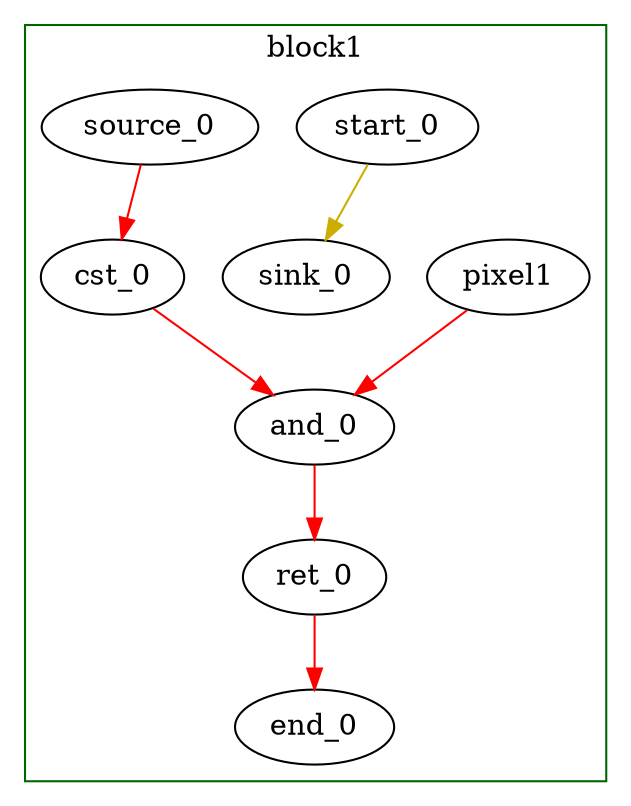
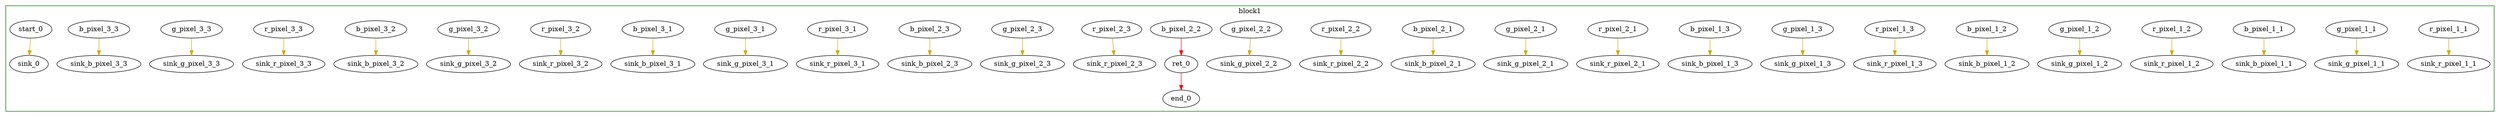
Digraph G {
	splines=spline;
//DHLS version: 0.1.1" [shape = "none" pos = "20,20!"]
- 		"pixel1" [type = "Entry", bbID= 1, in = "in1:32", out = "out1:32"];
- 		"cst_0" [type = "Constant", bbID= 1, in = "in1:32", out = "out1:32", value = "0x000000FF", delay="0.000 0.000 0.000 100.000 100.000 100.000 100.000 100.000"];
- 		"and_0" [type = "Operator", bbID= 1, op = "and_op", in = "in1:32 in2:32 ", out = "out1:32 ", delay="1.397 1.397 1.400 1.409 100.000 100.000 100.000 100.000", latency=0, II=1];
+ 		"r_pixel_1_1" [type = "Entry", bbID= 1, in = "in1:32", out = "out1:32"];
+ 		"g_pixel_1_1" [type = "Entry", bbID= 1, in = "in1:32", out = "out1:32"];
+ 		"b_pixel_1_1" [type = "Entry", bbID= 1, in = "in1:32", out = "out1:32"];
+ 		"r_pixel_1_2" [type = "Entry", bbID= 1, in = "in1:32", out = "out1:32"];
+ 		"g_pixel_1_2" [type = "Entry", bbID= 1, in = "in1:32", out = "out1:32"];
+ 		"b_pixel_1_2" [type = "Entry", bbID= 1, in = "in1:32", out = "out1:32"];
+ 		"r_pixel_1_3" [type = "Entry", bbID= 1, in = "in1:32", out = "out1:32"];
+ 		"g_pixel_1_3" [type = "Entry", bbID= 1, in = "in1:32", out = "out1:32"];
+ 		"b_pixel_1_3" [type = "Entry", bbID= 1, in = "in1:32", out = "out1:32"];
+ 		"r_pixel_2_1" [type = "Entry", bbID= 1, in = "in1:32", out = "out1:32"];
+ 		"g_pixel_2_1" [type = "Entry", bbID= 1, in = "in1:32", out = "out1:32"];
+ 		"b_pixel_2_1" [type = "Entry", bbID= 1, in = "in1:32", out = "out1:32"];
+ 		"r_pixel_2_2" [type = "Entry", bbID= 1, in = "in1:32", out = "out1:32"];
+ 		"g_pixel_2_2" [type = "Entry", bbID= 1, in = "in1:32", out = "out1:32"];
+ 		"b_pixel_2_2" [type = "Entry", bbID= 1, in = "in1:32", out = "out1:32"];
+ 		"r_pixel_2_3" [type = "Entry", bbID= 1, in = "in1:32", out = "out1:32"];
+ 		"g_pixel_2_3" [type = "Entry", bbID= 1, in = "in1:32", out = "out1:32"];
+ 		"b_pixel_2_3" [type = "Entry", bbID= 1, in = "in1:32", out = "out1:32"];
+ 		"r_pixel_3_1" [type = "Entry", bbID= 1, in = "in1:32", out = "out1:32"];
+ 		"g_pixel_3_1" [type = "Entry", bbID= 1, in = "in1:32", out = "out1:32"];
+ 		"b_pixel_3_1" [type = "Entry", bbID= 1, in = "in1:32", out = "out1:32"];
+ 		"r_pixel_3_2" [type = "Entry", bbID= 1, in = "in1:32", out = "out1:32"];
+ 		"g_pixel_3_2" [type = "Entry", bbID= 1, in = "in1:32", out = "out1:32"];
+ 		"b_pixel_3_2" [type = "Entry", bbID= 1, in = "in1:32", out = "out1:32"];
+ 		"r_pixel_3_3" [type = "Entry", bbID= 1, in = "in1:32", out = "out1:32"];
+ 		"g_pixel_3_3" [type = "Entry", bbID= 1, in = "in1:32", out = "out1:32"];
+ 		"b_pixel_3_3" [type = "Entry", bbID= 1, in = "in1:32", out = "out1:32"];
+ 		"sink_r_pixel_1_1" [type = "Sink", bbID= 0, in = "in1:32"];
+ 		"sink_g_pixel_1_1" [type = "Sink", bbID= 0, in = "in1:32"];
+ 		"sink_b_pixel_1_1" [type = "Sink", bbID= 0, in = "in1:32"];
+ 		"sink_r_pixel_1_2" [type = "Sink", bbID= 0, in = "in1:32"];
+ 		"sink_g_pixel_1_2" [type = "Sink", bbID= 0, in = "in1:32"];
+ 		"sink_b_pixel_1_2" [type = "Sink", bbID= 0, in = "in1:32"];
+ 		"sink_r_pixel_1_3" [type = "Sink", bbID= 0, in = "in1:32"];
+ 		"sink_g_pixel_1_3" [type = "Sink", bbID= 0, in = "in1:32"];
+ 		"sink_b_pixel_1_3" [type = "Sink", bbID= 0, in = "in1:32"];
+ 		"sink_r_pixel_2_1" [type = "Sink", bbID= 0, in = "in1:32"];
+ 		"sink_g_pixel_2_1" [type = "Sink", bbID= 0, in = "in1:32"];
+ 		"sink_b_pixel_2_1" [type = "Sink", bbID= 0, in = "in1:32"];
+ 		"sink_r_pixel_2_2" [type = "Sink", bbID= 0, in = "in1:32"];
+ 		"sink_g_pixel_2_2" [type = "Sink", bbID= 0, in = "in1:32"];
+ 		"sink_r_pixel_2_3" [type = "Sink", bbID= 0, in = "in1:32"];
+ 		"sink_g_pixel_2_3" [type = "Sink", bbID= 0, in = "in1:32"];
+ 		"sink_b_pixel_2_3" [type = "Sink", bbID= 0, in = "in1:32"];
+ 		"sink_r_pixel_3_1" [type = "Sink", bbID= 0, in = "in1:32"];
+ 		"sink_g_pixel_3_1" [type = "Sink", bbID= 0, in = "in1:32"];
+ 		"sink_b_pixel_3_1" [type = "Sink", bbID= 0, in = "in1:32"];
+ 		"sink_r_pixel_3_2" [type = "Sink", bbID= 0, in = "in1:32"];
+ 		"sink_g_pixel_3_2" [type = "Sink", bbID= 0, in = "in1:32"];
+ 		"sink_b_pixel_3_2" [type = "Sink", bbID= 0, in = "in1:32"];
+ 		"sink_r_pixel_3_3" [type = "Sink", bbID= 0, in = "in1:32"];
+ 		"sink_g_pixel_3_3" [type = "Sink", bbID= 0, in = "in1:32"];
+ 		"sink_b_pixel_3_3" [type = "Sink", bbID= 0, in = "in1:32"];
		"ret_0" [type = "Operator", bbID= 1, op = "ret_op", in = "in1:32 ", out = "out1:32 ", delay="1.412 1.409 0.000 100.000 100.000 100.000 100.000 100.000", latency=0, II=1];
		"end_0" [type = "Exit", bbID= 0, in = "in1:32 ", out = "out1:32"];
		"start_0" [type = "Entry", control= "true", bbID= 1, in = "in1:0", out = "out1:0"];
		"sink_0" [type = "Sink", bbID= 0, in = "in1:0"];
- 		"source_0" [type = "Source", bbID= 1, out = "out1:32"];
	subgraph cluster_0 {
	color = "darkgreen";
		label = "block1";
- 		"pixel1" -> "and_0" [color = "red", from = "out1", to = "in1"];
- 		"cst_0" -> "and_0" [color = "red", from = "out1", to = "in2"];
- 		"and_0" -> "ret_0" [color = "red", from = "out1", to = "in1"];
+ 		"b_pixel_2_2" -> "ret_0" [color = "red", from = "out1", to = "in1"];
		"ret_0" -> "end_0" [color = "red", from = "out1", to = "in1"];
		"start_0" -> "sink_0" [color = "gold3", from = "out1", to = "in1"];
- 		"source_0" -> "cst_0" [color = "red", from = "out1", to = "in1"];
+ 
+ 		"r_pixel_1_1" -> "sink_r_pixel_1_1" [color = "gold3", from = "out1", to = "in1"];
+ 		"g_pixel_1_1" -> "sink_g_pixel_1_1" [color = "gold3", from = "out1", to = "in1"];
+ 		"b_pixel_1_1" -> "sink_b_pixel_1_1" [color = "gold3", from = "out1", to = "in1"];
+ 		"r_pixel_1_2" -> "sink_r_pixel_1_2" [color = "gold3", from = "out1", to = "in1"];
+ 		"g_pixel_1_2" -> "sink_g_pixel_1_2" [color = "gold3", from = "out1", to = "in1"];
+ 		"b_pixel_1_2" -> "sink_b_pixel_1_2" [color = "gold3", from = "out1", to = "in1"];
+ 		"r_pixel_1_3" -> "sink_r_pixel_1_3" [color = "gold3", from = "out1", to = "in1"];
+ 		"g_pixel_1_3" -> "sink_g_pixel_1_3" [color = "gold3", from = "out1", to = "in1"];
+ 		"b_pixel_1_3" -> "sink_b_pixel_1_3" [color = "gold3", from = "out1", to = "in1"];
+ 		"r_pixel_2_1" -> "sink_r_pixel_2_1" [color = "gold3", from = "out1", to = "in1"];
+ 		"g_pixel_2_1" -> "sink_g_pixel_2_1" [color = "gold3", from = "out1", to = "in1"];
+ 		"b_pixel_2_1" -> "sink_b_pixel_2_1" [color = "gold3", from = "out1", to = "in1"];
+ 		"r_pixel_2_2" -> "sink_r_pixel_2_2" [color = "gold3", from = "out1", to = "in1"];
+ 		"g_pixel_2_2" -> "sink_g_pixel_2_2" [color = "gold3", from = "out1", to = "in1"];
+ 		"r_pixel_2_3" -> "sink_r_pixel_2_3" [color = "gold3", from = "out1", to = "in1"];
+ 		"g_pixel_2_3" -> "sink_g_pixel_2_3" [color = "gold3", from = "out1", to = "in1"];
+ 		"b_pixel_2_3" -> "sink_b_pixel_2_3" [color = "gold3", from = "out1", to = "in1"];
+ 		"r_pixel_3_1" -> "sink_r_pixel_3_1" [color = "gold3", from = "out1", to = "in1"];
+ 		"g_pixel_3_1" -> "sink_g_pixel_3_1" [color = "gold3", from = "out1", to = "in1"];
+ 		"b_pixel_3_1" -> "sink_b_pixel_3_1" [color = "gold3", from = "out1", to = "in1"];
+ 		"r_pixel_3_2" -> "sink_r_pixel_3_2" [color = "gold3", from = "out1", to = "in1"];
+ 		"g_pixel_3_2" -> "sink_g_pixel_3_2" [color = "gold3", from = "out1", to = "in1"];
+ 		"b_pixel_3_2" -> "sink_b_pixel_3_2" [color = "gold3", from = "out1", to = "in1"];
+ 		"r_pixel_3_3" -> "sink_r_pixel_3_3" [color = "gold3", from = "out1", to = "in1"];
+ 		"g_pixel_3_3" -> "sink_g_pixel_3_3" [color = "gold3", from = "out1", to = "in1"];
+ 		"b_pixel_3_3" -> "sink_b_pixel_3_3" [color = "gold3", from = "out1", to = "in1"];
	}
- }+ }
